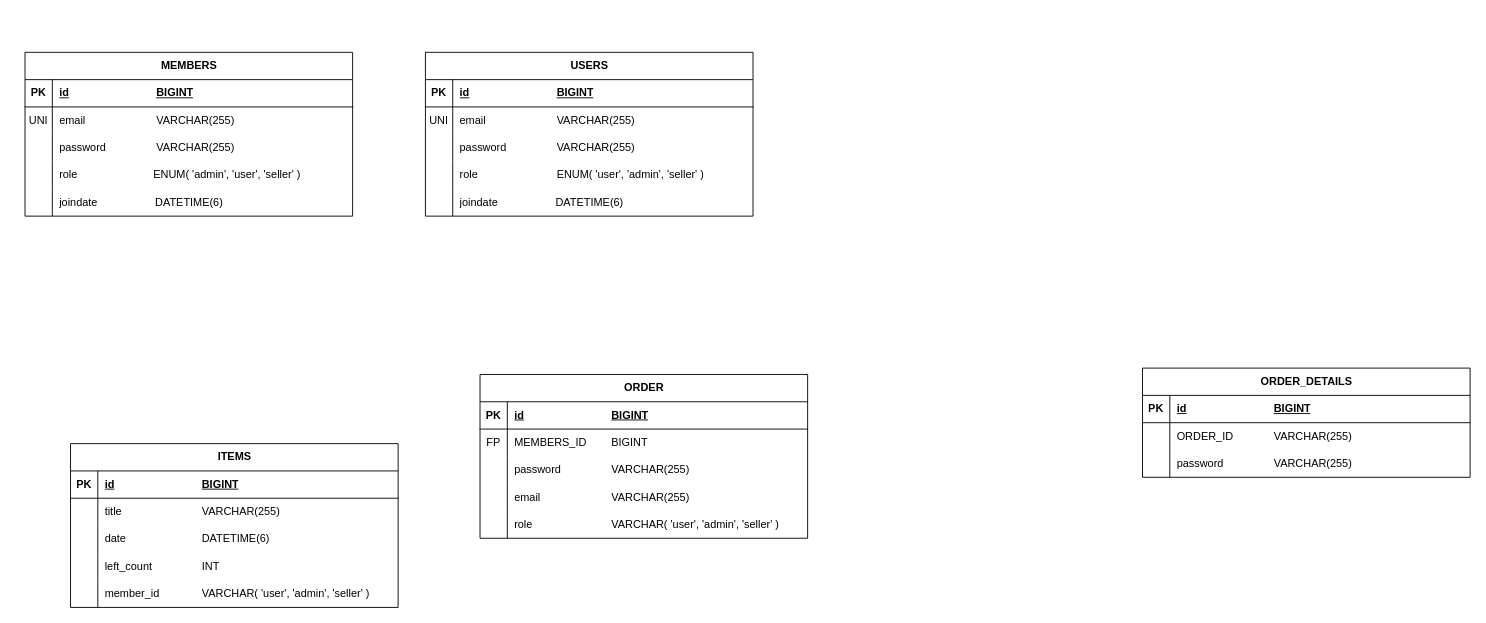
Earlier version of the draw.io diagram page "ordersystem" (3 of 3) of project/my_diagram.drawio (lifedesigner88/mariadb_syntax_new). Source tidied: cells renumbered, new cells numbered last; positions are measured from the earlier drawing's top-left corner, leaving out a move shared by most shapes. Both pictures are drawn from the tidied source at 91%, with x=0, y=0 at pixel (25, 52).
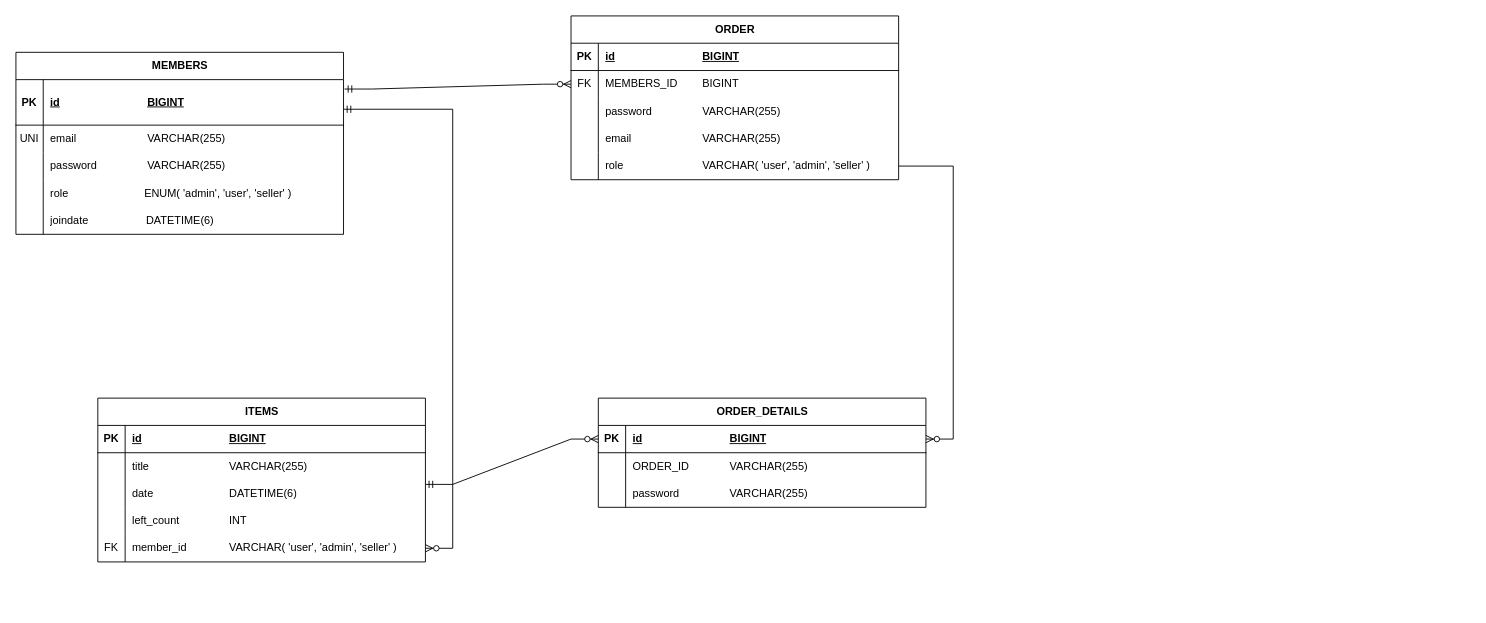
The same page after the edit.

The change refers to these unchanged cells:
```xml
<mxCell id="25" style="shape=tableRow;horizontal=0;startSize=0;swimlaneHead=0;swimlaneBody=0;fillColor=none;points=[[0,0.5],[1,0.5]];portConstraint=eastwest;top=0;left=0;right=0;bottom=0;" parent="18" vertex="1">
  <mxGeometry y="90" width="360" height="30" as="geometry" />
</mxCell>
<mxCell id="31" style="shape=tableRow;horizontal=0;startSize=0;swimlaneHead=0;swimlaneBody=0;fillColor=none;points=[[0,0.5],[1,0.5]];portConstraint=eastwest;top=0;left=0;right=0;bottom=0;" parent="18" vertex="1">
  <mxGeometry y="150" width="360" height="30" as="geometry" />
</mxCell>
<mxCell id="38" style="shape=tableRow;horizontal=0;startSize=0;swimlaneHead=0;swimlaneBody=0;fillColor=none;points=[[0,0.5],[1,0.5]];portConstraint=eastwest;top=0;left=0;right=0;bottom=0;" parent="34" vertex="1">
  <mxGeometry y="60" width="360" height="30" as="geometry" />
</mxCell>
<mxCell id="47" style="shape=tableRow;horizontal=0;startSize=0;swimlaneHead=0;swimlaneBody=0;fillColor=none;points=[[0,0.5],[1,0.5]];portConstraint=eastwest;top=0;left=0;right=0;bottom=0;" parent="34" vertex="1">
  <mxGeometry y="150" width="360" height="30" as="geometry" />
</mxCell>
<mxCell id="51" style="shape=tableRow;horizontal=0;startSize=0;swimlaneHead=0;swimlaneBody=0;fillColor=none;points=[[0,0.5],[1,0.5]];portConstraint=eastwest;top=0;left=0;right=0;bottom=1;" parent="50" vertex="1">
  <mxGeometry y="30" width="360" height="30" as="geometry" />
</mxCell>
```

What changed in the source:
```diff
@@
     <mxCell id="2" value="MEMBERS" style="shape=table;startSize=30;childLayout=tableLayout;rowLines=0;fontStyle=1;align=center;html=1;" parent="1" vertex="1">
-      <mxGeometry width="360" height="180" as="geometry" />
+      <mxGeometry x="-10" width="360" height="200" as="geometry" />
     </mxCell>
     <mxCell id="3" style="shape=tableRow;horizontal=0;startSize=0;swimlaneHead=0;swimlaneBody=0;fillColor=none;points=[[0,0.5],[1,0.5]];portConstraint=eastwest;top=0;left=0;right=0;bottom=1;" parent="2" vertex="1">
-      <mxGeometry y="30" width="360" height="30" as="geometry" />
+      <mxGeometry y="30" width="360" height="50" as="geometry" />
     </mxCell>
     <mxCell id="4" value="PK" style="shape=partialRectangle;fillColor=none;top=0;left=0;bottom=0;right=0;fontStyle=1;overflow=hidden;whiteSpace=wrap;html=1;" parent="3" vertex="1">
-      <mxGeometry width="30" height="30" as="geometry" />
+      <mxGeometry width="30" height="50" as="geometry" />
     </mxCell>
     <mxCell id="5" value="id&lt;span style=&quot;white-space: pre;&quot;&gt;&#9;&lt;/span&gt;&lt;span style=&quot;white-space: pre;&quot;&gt;&#9;&lt;/span&gt;&lt;span style=&quot;white-space: pre;&quot;&gt;&#9;&lt;/span&gt;&lt;span style=&quot;white-space: pre;&quot;&gt;&#9;&lt;/span&gt;BIGINT" style="shape=partialRectangle;fillColor=none;top=0;left=0;bottom=0;right=0;align=left;spacingLeft=6;fontStyle=5;overflow=hidden;whiteSpace=wrap;html=1;" parent="3" vertex="1">
-      <mxGeometry x="30" width="330" height="30" as="geometry" />
+      <mxGeometry x="30" width="330" height="50" as="geometry" />
     </mxCell>
     <mxCell id="6" style="shape=tableRow;horizontal=0;startSize=0;swimlaneHead=0;swimlaneBody=0;fillColor=none;top=0;left=0;right=0;bottom=0;" parent="2" vertex="1">
-      <mxGeometry y="60" width="360" height="30" as="geometry" />
+      <mxGeometry y="80" width="360" height="30" as="geometry" />
     </mxCell>
@@
     <mxCell id="9" style="shape=tableRow;horizontal=0;startSize=0;swimlaneHead=0;swimlaneBody=0;fillColor=none;top=0;left=0;right=0;bottom=0;" parent="2" vertex="1">
-      <mxGeometry y="90" width="360" height="30" as="geometry" />
+      <mxGeometry y="110" width="360" height="30" as="geometry" />
     </mxCell>
@@
     <mxCell id="12" style="shape=tableRow;horizontal=0;startSize=0;swimlaneHead=0;swimlaneBody=0;fillColor=none;top=0;left=0;right=0;bottom=0;" parent="2" vertex="1">
-      <mxGeometry y="120" width="360" height="30" as="geometry" />
+      <mxGeometry y="140" width="360" height="30" as="geometry" />
     </mxCell>
@@
     <mxCell id="15" style="shape=tableRow;horizontal=0;startSize=0;swimlaneHead=0;swimlaneBody=0;fillColor=none;top=0;left=0;right=0;bottom=0;" parent="2" vertex="1">
-      <mxGeometry y="150" width="360" height="30" as="geometry" />
+      <mxGeometry y="170" width="360" height="30" as="geometry" />
     </mxCell>
@@
     <mxCell id="18" value="ITEMS" style="shape=table;startSize=30;childLayout=tableLayout;rowLines=0;fontStyle=1;align=center;html=1;" parent="1" vertex="1">
-      <mxGeometry x="50" y="430" width="360" height="180" as="geometry" />
+      <mxGeometry x="80" y="380" width="360" height="180" as="geometry" />
     </mxCell>
@@
-    <mxCell id="32" style="shape=partialRectangle;fillColor=none;top=0;left=0;bottom=0;right=0;overflow=hidden;whiteSpace=wrap;html=1;" parent="31" vertex="1">
+    <mxCell id="32" value="FK" style="shape=partialRectangle;fillColor=none;top=0;left=0;bottom=0;right=0;overflow=hidden;whiteSpace=wrap;html=1;" parent="31" vertex="1">
       <mxGeometry width="30" height="30" as="geometry" />
     </mxCell>
@@
     <mxCell id="34" value="ORDER" style="shape=table;startSize=30;childLayout=tableLayout;rowLines=0;fontStyle=1;align=center;html=1;" parent="1" vertex="1">
-      <mxGeometry x="500" y="354" width="360" height="180" as="geometry" />
+      <mxGeometry x="600" y="-40" width="360" height="180" as="geometry" />
     </mxCell>
@@
-    <mxCell id="39" value="FP" style="shape=partialRectangle;fillColor=none;top=0;left=0;bottom=0;right=0;overflow=hidden;whiteSpace=wrap;html=1;" parent="38" vertex="1">
+    <mxCell id="39" value="FK" style="shape=partialRectangle;fillColor=none;top=0;left=0;bottom=0;right=0;overflow=hidden;whiteSpace=wrap;html=1;" parent="38" vertex="1">
       <mxGeometry width="30" height="30" as="geometry" />
     </mxCell>
@@
     <mxCell id="50" value="ORDER_DETAILS" style="shape=table;startSize=30;childLayout=tableLayout;rowLines=0;fontStyle=1;align=center;html=1;" parent="1" vertex="1">
-      <mxGeometry x="1228" y="347" width="360" height="120" as="geometry" />
+      <mxGeometry x="630" y="380" width="360" height="120" as="geometry" />
     </mxCell>
@@
-    <mxCell id="60" value="USERS" style="shape=table;startSize=30;childLayout=tableLayout;rowLines=0;fontStyle=1;align=center;html=1;" parent="1" vertex="1">
-      <mxGeometry x="440" width="360" height="180" as="geometry" />
-    </mxCell>
-    <mxCell id="61" style="shape=tableRow;horizontal=0;startSize=0;swimlaneHead=0;swimlaneBody=0;fillColor=none;top=0;left=0;right=0;bottom=1;" parent="60" vertex="1">
-      <mxGeometry y="30" width="360" height="30" as="geometry" />
-    </mxCell>
-    <mxCell id="62" value="PK" style="shape=partialRectangle;fillColor=none;top=0;left=0;bottom=0;right=0;fontStyle=1;overflow=hidden;whiteSpace=wrap;html=1;" parent="61" vertex="1">
-      <mxGeometry width="30" height="30" as="geometry" />
-    </mxCell>
-    <mxCell id="63" value="id&lt;span style=&quot;white-space: pre;&quot;&gt;&#9;&lt;/span&gt;&lt;span style=&quot;white-space: pre;&quot;&gt;&#9;&lt;/span&gt;&lt;span style=&quot;white-space: pre;&quot;&gt;&#9;&lt;/span&gt;&lt;span style=&quot;white-space: pre;&quot;&gt;&#9;&lt;/span&gt;BIGINT" style="shape=partialRectangle;fillColor=none;top=0;left=0;bottom=0;right=0;align=left;spacingLeft=6;fontStyle=5;overflow=hidden;whiteSpace=wrap;html=1;" parent="61" vertex="1">
-      <mxGeometry x="30" width="330" height="30" as="geometry" />
-    </mxCell>
-    <mxCell id="64" style="shape=tableRow;horizontal=0;startSize=0;swimlaneHead=0;swimlaneBody=0;fillColor=none;top=0;left=0;right=0;bottom=0;" parent="60" vertex="1">
-      <mxGeometry y="60" width="360" height="30" as="geometry" />
-    </mxCell>
-    <mxCell id="65" value="UNI" style="shape=partialRectangle;fillColor=none;top=0;left=0;bottom=0;right=0;overflow=hidden;whiteSpace=wrap;html=1;" parent="64" vertex="1">
-      <mxGeometry width="30" height="30" as="geometry" />
-    </mxCell>
-    <mxCell id="66" value="email&amp;nbsp;&lt;span style=&quot;&quot;&gt;&lt;span style=&quot;white-space: pre;&quot;&gt;&amp;nbsp;&amp;nbsp;&amp;nbsp;&amp;nbsp;&lt;/span&gt;&lt;/span&gt;&lt;span style=&quot;&quot;&gt;&lt;span style=&quot;white-space: pre;&quot;&gt;&amp;nbsp;&amp;nbsp;&amp;nbsp;&amp;nbsp;&lt;/span&gt;&lt;span style=&quot;&quot;&gt;&lt;span style=&quot;white-space: pre;&quot;&gt;&amp;nbsp;&amp;nbsp;&amp;nbsp;&amp;nbsp;&lt;span style=&quot;white-space: pre;&quot;&gt;&#9;&lt;/span&gt;&lt;span style=&quot;white-space: pre;&quot;&gt;&#9;&lt;/span&gt;&lt;/span&gt;&lt;/span&gt;&lt;/span&gt;VARCHAR(255)" style="shape=partialRectangle;fillColor=none;top=0;left=0;bottom=0;right=0;align=left;spacingLeft=6;overflow=hidden;whiteSpace=wrap;html=1;" parent="64" vertex="1">
-      <mxGeometry x="30" width="330" height="30" as="geometry" />
-    </mxCell>
-    <mxCell id="67" style="shape=tableRow;horizontal=0;startSize=0;swimlaneHead=0;swimlaneBody=0;fillColor=none;top=0;left=0;right=0;bottom=0;" parent="60" vertex="1">
-      <mxGeometry y="90" width="360" height="30" as="geometry" />
-    </mxCell>
-    <mxCell id="68" style="shape=partialRectangle;fillColor=none;top=0;left=0;bottom=0;right=0;overflow=hidden;whiteSpace=wrap;html=1;" parent="67" vertex="1">
-      <mxGeometry width="30" height="30" as="geometry" />
-    </mxCell>
-    <mxCell id="69" value="password&amp;nbsp;&lt;span style=&quot;&quot;&gt;&lt;span style=&quot;white-space: pre;&quot;&gt;&amp;nbsp;&amp;nbsp;&amp;nbsp;&amp;nbsp;&lt;/span&gt;&lt;/span&gt;&lt;span style=&quot;&quot;&gt;&lt;span style=&quot;white-space: pre;&quot;&gt;&amp;nbsp;&amp;nbsp;&amp;nbsp;&lt;span style=&quot;white-space: pre;&quot;&gt;&#9;&lt;/span&gt;&lt;span style=&quot;white-space: pre;&quot;&gt;&#9;&lt;/span&gt;&lt;/span&gt;&lt;/span&gt;VARCHAR(255)" style="shape=partialRectangle;fillColor=none;top=0;left=0;bottom=0;right=0;align=left;spacingLeft=6;overflow=hidden;whiteSpace=wrap;html=1;" parent="67" vertex="1">
-      <mxGeometry x="30" width="330" height="30" as="geometry" />
-    </mxCell>
-    <mxCell id="70" style="shape=tableRow;horizontal=0;startSize=0;swimlaneHead=0;swimlaneBody=0;fillColor=none;top=0;left=0;right=0;bottom=0;" parent="60" vertex="1">
-      <mxGeometry y="120" width="360" height="30" as="geometry" />
-    </mxCell>
-    <mxCell id="71" style="shape=partialRectangle;fillColor=none;top=0;left=0;bottom=0;right=0;overflow=hidden;whiteSpace=wrap;html=1;" parent="70" vertex="1">
-      <mxGeometry width="30" height="30" as="geometry" />
-    </mxCell>
-    <mxCell id="72" value="role&amp;nbsp;&lt;span style=&quot;&quot;&gt;&lt;span style=&quot;white-space: pre;&quot;&gt;&amp;nbsp;&amp;nbsp;&amp;nbsp;&amp;nbsp;&lt;/span&gt;&lt;/span&gt;&lt;span style=&quot;&quot;&gt;&lt;span style=&quot;white-space: pre;&quot;&gt;&amp;nbsp;&amp;nbsp;&amp;nbsp;&amp;nbsp;&lt;/span&gt;&lt;/span&gt;&lt;span style=&quot;&quot;&gt;&lt;span style=&quot;white-space: pre;&quot;&gt;&amp;nbsp;&amp;nbsp;&amp;nbsp;&amp;nbsp;&lt;/span&gt;&lt;span style=&quot;&quot;&gt;&lt;span style=&quot;white-space: pre;&quot;&gt;&amp;nbsp;&amp;nbsp;&amp;nbsp;&amp;nbsp;&lt;span style=&quot;white-space: pre;&quot;&gt;&#9;&lt;/span&gt;&lt;span style=&quot;white-space: pre;&quot;&gt;&#9;&lt;/span&gt;&lt;/span&gt;&lt;/span&gt;&lt;/span&gt;ENUM( 'user', 'admin', 'seller' )" style="shape=partialRectangle;fillColor=none;top=0;left=0;bottom=0;right=0;align=left;spacingLeft=6;overflow=hidden;whiteSpace=wrap;html=1;" parent="70" vertex="1">
-      <mxGeometry x="30" width="330" height="30" as="geometry" />
-    </mxCell>
-    <mxCell id="73" style="shape=tableRow;horizontal=0;startSize=0;swimlaneHead=0;swimlaneBody=0;fillColor=none;top=0;left=0;right=0;bottom=0;" parent="60" vertex="1">
-      <mxGeometry y="150" width="360" height="30" as="geometry" />
-    </mxCell>
-    <mxCell id="74" style="shape=partialRectangle;fillColor=none;top=0;left=0;bottom=0;right=0;overflow=hidden;whiteSpace=wrap;html=1;" parent="73" vertex="1">
-      <mxGeometry width="30" height="30" as="geometry" />
-    </mxCell>
-    <mxCell id="75" value="joindate&amp;nbsp;&lt;span style=&quot;&quot;&gt;&lt;span style=&quot;&quot;&gt;&amp;nbsp;&amp;nbsp;&amp;nbsp;&amp;nbsp;&lt;/span&gt;&lt;/span&gt;&lt;span style=&quot;&quot;&gt;&lt;span style=&quot;&quot;&gt;&amp;nbsp;&amp;nbsp;&amp;nbsp;&amp;nbsp;&lt;/span&gt;&lt;/span&gt;&lt;span style=&quot;&quot;&gt;&lt;span style=&quot;&quot;&gt;&amp;nbsp;&amp;nbsp;&amp;nbsp;&amp;nbsp;&lt;/span&gt;&lt;span style=&quot;&quot;&gt;&lt;span style=&quot;&quot;&gt;&amp;nbsp;&amp;nbsp;&amp;nbsp;&amp;nbsp;&lt;span style=&quot;&quot;&gt;&lt;span style=&quot;white-space: pre;&quot;&gt;&amp;nbsp;&amp;nbsp;DATETIME(6)&lt;/span&gt;&lt;/span&gt;&lt;/span&gt;&lt;/span&gt;&lt;/span&gt;" style="shape=partialRectangle;fillColor=none;top=0;left=0;bottom=0;right=0;align=left;spacingLeft=6;overflow=hidden;whiteSpace=wrap;html=1;" parent="73" vertex="1">
-      <mxGeometry x="30" width="330" height="30" as="geometry" />
-    </mxCell>
+    <mxCell id="76" style="edgeStyle=entityRelationEdgeStyle;fontSize=12;html=1;endArrow=ERzeroToMany;startArrow=ERmandOne;rounded=0;entryX=0;entryY=0.5;entryDx=0;entryDy=0;exitX=1.003;exitY=0.207;exitDx=0;exitDy=0;exitPerimeter=0;" parent="1" edge="1" source="3" target="38">
+      <mxGeometry relative="1" as="geometry">
+        <Array as="points">
+          <mxPoint x="390" y="70" />
+          <mxPoint x="390" y="70" />
+        </Array>
+      </mxGeometry>
+    </mxCell>
+    <mxCell id="77" style="edgeStyle=entityRelationEdgeStyle;fontSize=12;html=1;endArrow=ERzeroToMany;startArrow=ERmandOne;rounded=0;exitX=1;exitY=0.651;exitDx=0;exitDy=0;exitPerimeter=0;" parent="1" edge="1" source="3" target="31">
+      <mxGeometry relative="1" as="geometry">
+        <Array as="points">
+          <mxPoint x="-40" y="260" />
+        </Array>
+      </mxGeometry>
+    </mxCell>
+    <mxCell id="78" style="edgeStyle=entityRelationEdgeStyle;fontSize=12;html=1;endArrow=ERzeroToMany;startArrow=ERmandOne;rounded=0;entryX=0;entryY=0.5;entryDx=0;entryDy=0;exitX=1;exitY=0.16;exitDx=0;exitDy=0;exitPerimeter=0;" parent="1" edge="1" source="25" target="51">
+      <mxGeometry relative="1" as="geometry" />
+    </mxCell>
+    <mxCell id="79" style="edgeStyle=entityRelationEdgeStyle;fontSize=12;html=1;endArrow=ERzeroToMany;endFill=1;rounded=0;" parent="1" edge="1" source="47" target="51">
+      <mxGeometry relative="1" as="geometry">
+        <Array as="points">
+          <mxPoint x="920" y="240" />
+        </Array>
+      </mxGeometry>
+    </mxCell>
```
